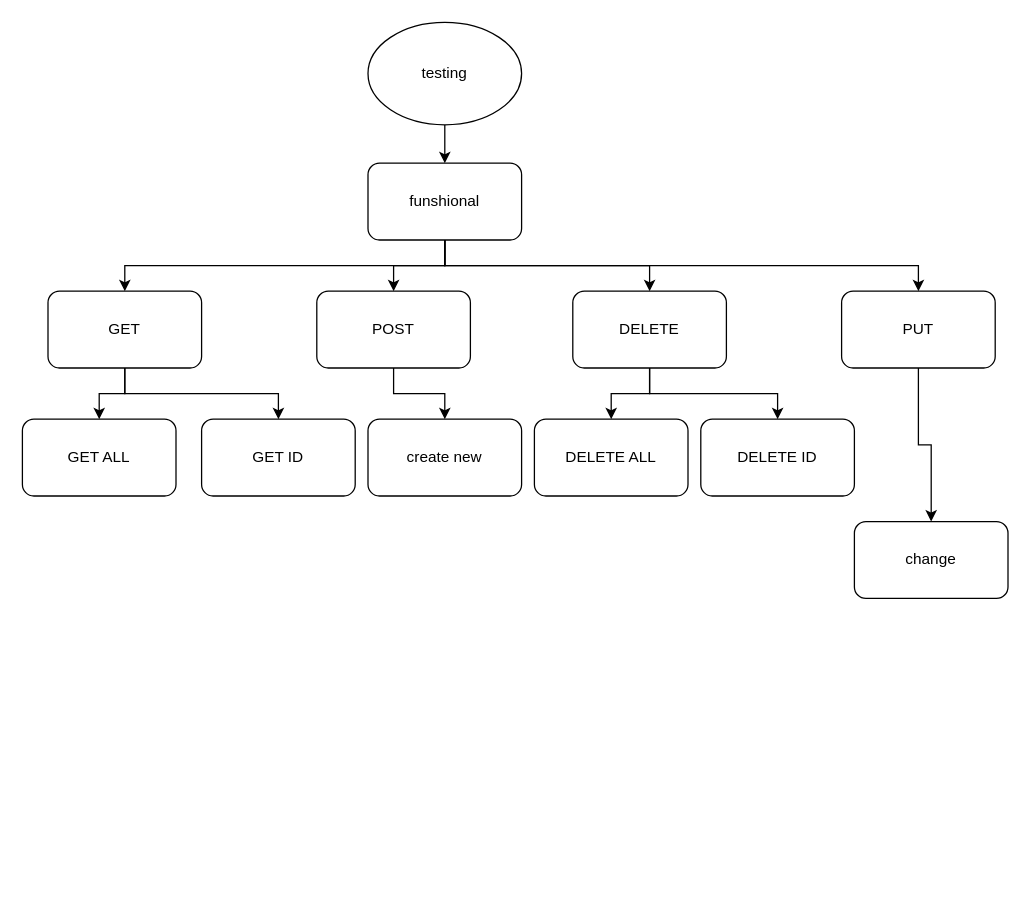
The draw.io diagram dock/Untitled Diagram.drawio in Polenichko/Alaska_bears, before the edit. Source tidied: cells renumbered, new cells numbered last; positions are measured from the earlier drawing's top-left corner, leaving out a move shared by most shapes. Both pictures are drawn from the tidied source at 128%, with x=0, y=0 at pixel (22, 22).
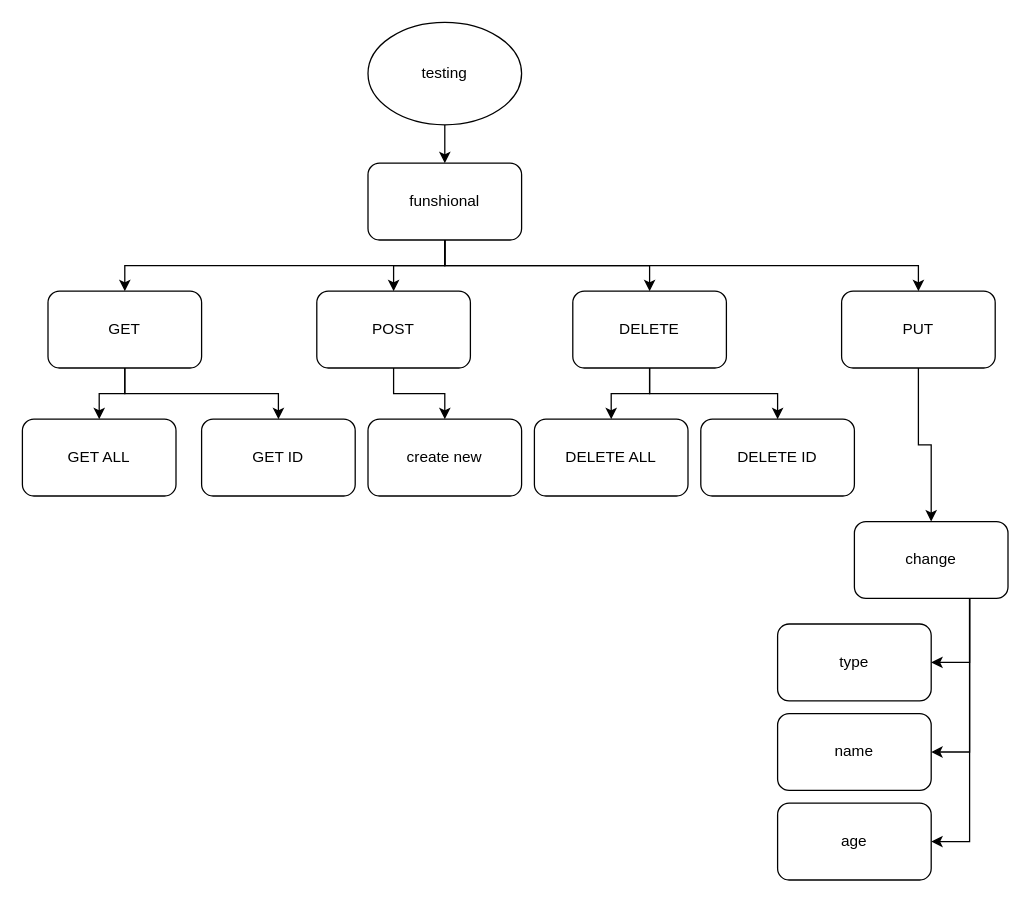
The same page after the edit.

Unchanged cells that the change refers to:
```xml
<mxCell id="24" value="change " style="rounded=1;whiteSpace=wrap;html=1;" parent="1" vertex="1">
  <mxGeometry x="650" y="390" width="120" height="60" as="geometry" />
</mxCell>
```

Change to the diagram source:
```diff
@@
+    <mxCell id="25" style="edgeStyle=orthogonalEdgeStyle;rounded=0;jettySize=auto;html=1;exitX=0.75;exitY=1;exitDx=0;exitDy=0;entryX=1;entryY=0.5;entryDx=0;entryDy=0;" parent="1" edge="1" source="24" target="28">
+      <mxGeometry relative="1" as="geometry" />
+    </mxCell>
+    <mxCell id="26" style="edgeStyle=orthogonalEdgeStyle;rounded=0;jettySize=auto;html=1;exitX=0.75;exitY=1;exitDx=0;exitDy=0;entryX=1;entryY=0.5;entryDx=0;entryDy=0;" parent="1" edge="1" source="24" target="29">
+      <mxGeometry relative="1" as="geometry" />
+    </mxCell>
+    <mxCell id="27" style="edgeStyle=orthogonalEdgeStyle;rounded=0;jettySize=auto;html=1;exitX=0.75;exitY=1;exitDx=0;exitDy=0;entryX=1;entryY=0.5;entryDx=0;entryDy=0;" parent="1" edge="1" source="24" target="30">
+      <mxGeometry relative="1" as="geometry" />
+    </mxCell>
@@
+    <mxCell id="28" value="type" style="rounded=1;whiteSpace=wrap;html=1;" parent="1" vertex="1">
+      <mxGeometry x="590" y="470" width="120" height="60" as="geometry" />
+    </mxCell>
+    <mxCell id="29" value="name" style="rounded=1;whiteSpace=wrap;html=1;" parent="1" vertex="1">
+      <mxGeometry x="590" y="540" width="120" height="60" as="geometry" />
+    </mxCell>
+    <mxCell id="30" value="age" style="rounded=1;whiteSpace=wrap;html=1;" parent="1" vertex="1">
+      <mxGeometry x="590" y="610" width="120" height="60" as="geometry" />
+    </mxCell>
```
